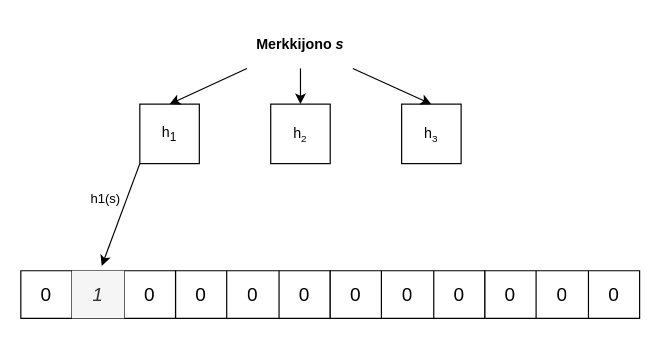
Before: raaka/Nimetön kaavio.drawio in juaxE/kandikuvat, a draw.io diagram. Source tidied: cells renumbered, new cells numbered last; positions are measured from the earlier drawing's top-left corner, leaving out a move shared by most shapes. Both pictures are drawn from the tidied source at 119%, with x=0, y=0 at pixel (20, 20).
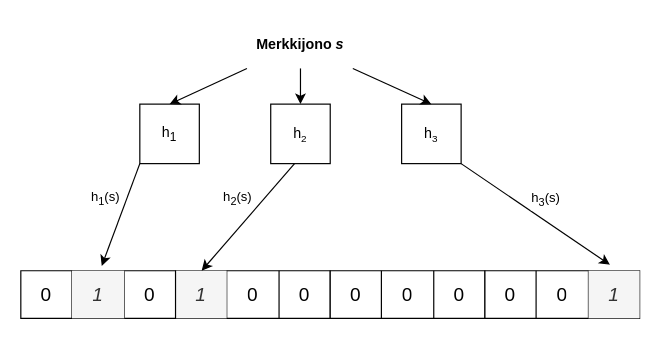
Above is the later version.

The change refers to these unchanged cells:
```xml
<mxCell id="4" style="shape=tableRow;horizontal=0;startSize=0;swimlaneHead=0;swimlaneBody=0;strokeColor=inherit;top=0;left=0;bottom=0;right=0;fillColor=none;points=[[0,0.5],[1,0.5]];portConstraint=eastwest;fontSize=16;" parent="3" vertex="1">
  <mxGeometry width="130" height="40" as="geometry" />
</mxCell>
<mxCell id="19" style="shape=tableRow;horizontal=0;startSize=0;swimlaneHead=0;swimlaneBody=0;strokeColor=inherit;top=0;left=0;bottom=0;right=0;fillColor=none;points=[[0,0.5],[1,0.5]];portConstraint=eastwest;fontSize=16;" parent="18" vertex="1">
  <mxGeometry width="130" height="40" as="geometry" />
</mxCell>
<mxCell id="29" style="endArrow=classic;html=1;rounded=0;entryX=0.523;entryY=-0.1;entryDx=0;entryDy=0;entryPerimeter=0;" parent="1" edge="1" target="9">
  <mxGeometry relative="1" as="geometry">
    <mxPoint x="100" y="120" as="sourcePoint" />
  </mxGeometry>
</mxCell>
```

What changed in the source:
```diff
@@
-    <mxCell id="5" value="0" style="shape=partialRectangle;html=1;whiteSpace=wrap;strokeColor=inherit;overflow=hidden;fillColor=none;top=0;left=0;bottom=0;right=0;fontSize=16;" parent="4" vertex="1">
+    <mxCell id="5" value="&lt;i&gt;1&lt;/i&gt;" style="shape=partialRectangle;html=1;whiteSpace=wrap;strokeColor=#666666;overflow=hidden;fillColor=#f5f5f5;top=0;left=0;bottom=0;right=0;fontSize=16;fontColor=#333333;" parent="4" vertex="1">
       <mxGeometry width="43" height="40" as="geometry" />
     </mxCell>
@@
-    <mxCell id="22" value="0" style="shape=partialRectangle;html=1;whiteSpace=wrap;strokeColor=inherit;overflow=hidden;fillColor=none;top=0;left=0;bottom=0;right=0;fontSize=16;" parent="19" vertex="1">
+    <mxCell id="22" value="&lt;i&gt;1&lt;/i&gt;" style="shape=partialRectangle;html=1;whiteSpace=wrap;strokeColor=#666666;overflow=hidden;fillColor=#f5f5f5;top=0;left=0;bottom=0;right=0;fontSize=16;fontColor=#333333;" parent="19" vertex="1">
       <mxGeometry x="87" width="43" height="40" as="geometry" />
     </mxCell>
@@
-    <mxCell id="30" value="h1(s)" style="edgeLabel;html=1;align=center;verticalAlign=middle;" parent="29" vertex="1">
+    <mxCell id="30" value="h&lt;sub&gt;1&lt;/sub&gt;(s)" style="edgeLabel;html=1;align=center;verticalAlign=middle;" parent="29" vertex="1">
       <mxGeometry x="-0.14" y="3" relative="1" as="geometry">
         <mxPoint x="-19" y="-8" as="offset" />
       </mxGeometry>
     </mxCell>
+    <mxCell id="31" style="endArrow=classic;html=1;rounded=0;entryX=0.169;entryY=0;entryDx=0;entryDy=0;entryPerimeter=0;" parent="1" edge="1" target="4">
+      <mxGeometry relative="1" as="geometry">
+        <mxPoint x="230" y="120" as="sourcePoint" />
+      </mxGeometry>
+    </mxCell>
+    <mxCell id="32" value="h&lt;sub&gt;2&lt;/sub&gt;(s)" style="edgeLabel;html=1;align=center;verticalAlign=middle;" parent="31" vertex="1">
+      <mxGeometry x="-0.17" y="-1" relative="1" as="geometry">
+        <mxPoint x="-16" y="-7" as="offset" />
+      </mxGeometry>
+    </mxCell>
+    <mxCell id="33" style="endArrow=classic;html=1;rounded=0;entryX=0.808;entryY=-0.125;entryDx=0;entryDy=0;entryPerimeter=0;" parent="1" edge="1" target="19">
+      <mxGeometry relative="1" as="geometry">
+        <mxPoint x="370" y="120" as="sourcePoint" />
+      </mxGeometry>
+    </mxCell>
+    <mxCell id="34" value="h&lt;sub&gt;3&lt;/sub&gt;(s)" style="edgeLabel;html=1;align=center;verticalAlign=middle;" parent="33" vertex="1">
+      <mxGeometry x="-0.03" relative="1" as="geometry">
+        <mxPoint x="10" y="-11" as="offset" />
+      </mxGeometry>
+    </mxCell>
```
